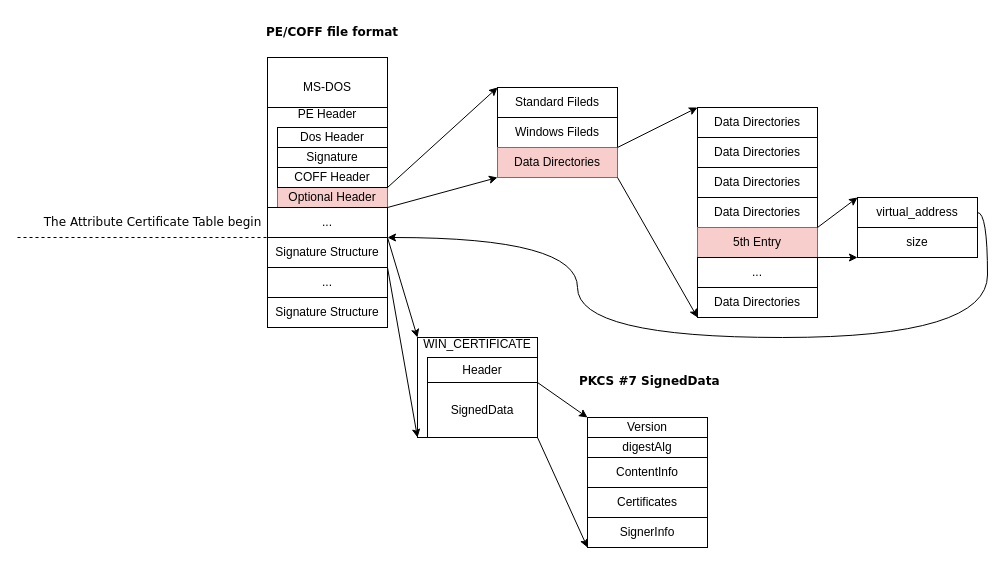
Earlier version of the draw.io diagram signatrust.drawio (pkking/mydrawio). Source tidied: cells renumbered, new cells numbered last; positions are measured from the earlier drawing's top-left corner, leaving out a move shared by most shapes. Both pictures are drawn from the tidied source at 100%, with x=0, y=0 at pixel (17, 17).
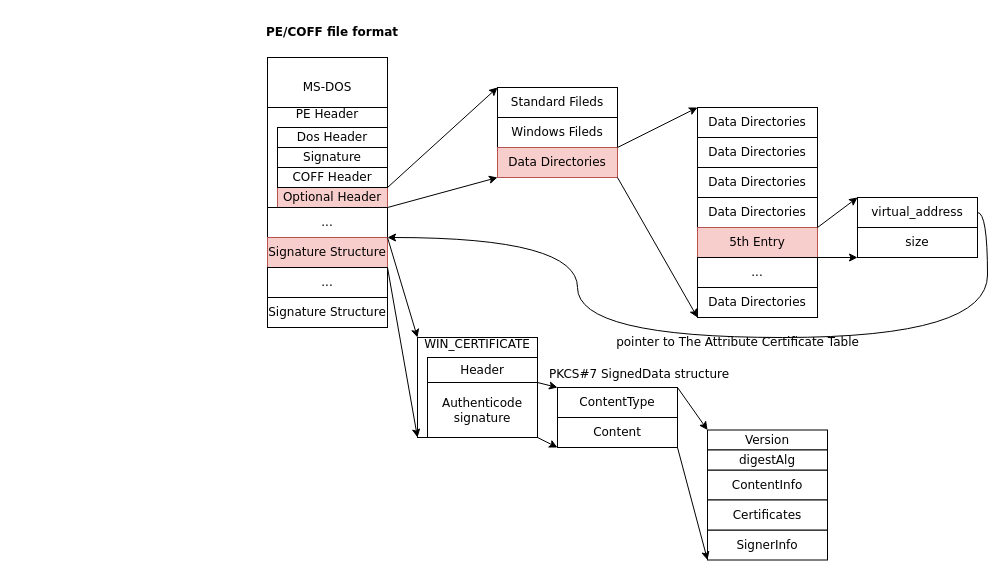
The same diagram, later.

Change to the diagram source:
```diff
@@
+    <mxCell id="47" value="ContentType" style="rounded=0;whiteSpace=wrap;html=1;fontFamily=Verdana;" parent="1" vertex="1">
+      <mxGeometry x="540" y="370" width="120" height="30" as="geometry" />
+    </mxCell>
-    <mxCell id="2" value="&lt;font face=&quot;Verdana&quot;&gt;&lt;b&gt;PE/COFF file format&lt;/b&gt;&lt;/font&gt;" style="text;html=1;strokeColor=none;fillColor=none;align=center;verticalAlign=middle;whiteSpace=wrap;rounded=0;" parent="1" vertex="1">
+    <mxCell id="2" value="&lt;font&gt;&lt;b&gt;PE/COFF file format&lt;/b&gt;&lt;/font&gt;" style="text;html=1;strokeColor=none;fillColor=none;align=center;verticalAlign=middle;whiteSpace=wrap;rounded=0;fontFamily=Verdana;" parent="1" vertex="1">
       <mxGeometry x="215" width="200" height="30" as="geometry" />
     </mxCell>
-    <mxCell id="3" value="MS-DOS" style="rounded=0;whiteSpace=wrap;html=1;" parent="1" vertex="1">
+    <mxCell id="3" value="MS-DOS" style="rounded=0;whiteSpace=wrap;html=1;fontFamily=Verdana;" parent="1" vertex="1">
       <mxGeometry x="250" y="40" width="120" height="60" as="geometry" />
     </mxCell>
-    <mxCell id="4" value="&lt;div&gt;PE Header&lt;/div&gt;&lt;div&gt;&lt;br&gt;&lt;/div&gt;&lt;div&gt;&lt;br&gt;&lt;/div&gt;&lt;div&gt;&lt;br&gt;&lt;/div&gt;&lt;div&gt;&lt;br&gt;&lt;/div&gt;&lt;div&gt;&lt;br&gt;&lt;/div&gt;&lt;div&gt;&lt;br&gt;&lt;/div&gt;" style="rounded=0;whiteSpace=wrap;html=1;" parent="1" vertex="1">
+    <mxCell id="4" value="&lt;div&gt;PE Header&lt;/div&gt;&lt;div&gt;&lt;br&gt;&lt;/div&gt;&lt;div&gt;&lt;br&gt;&lt;/div&gt;&lt;div&gt;&lt;br&gt;&lt;/div&gt;&lt;div&gt;&lt;br&gt;&lt;/div&gt;&lt;div&gt;&lt;br&gt;&lt;/div&gt;&lt;div&gt;&lt;br&gt;&lt;/div&gt;" style="rounded=0;whiteSpace=wrap;html=1;fontFamily=Verdana;" parent="1" vertex="1">
       <mxGeometry x="250" y="90" width="120" height="100" as="geometry" />
     </mxCell>
-    <mxCell id="5" value="Optional Header" style="rounded=0;whiteSpace=wrap;html=1;fillColor=#f8cecc;strokeColor=#b85450;" parent="1" vertex="1">
+    <mxCell id="5" value="Optional Header" style="rounded=0;whiteSpace=wrap;html=1;fillColor=#f8cecc;strokeColor=#b85450;fontFamily=Verdana;" parent="1" vertex="1">
       <mxGeometry x="260" y="170" width="110" height="20" as="geometry" />
     </mxCell>
-    <mxCell id="6" value="Standard Fileds" style="rounded=0;whiteSpace=wrap;html=1;" parent="1" vertex="1">
+    <mxCell id="6" value="Standard Fileds" style="rounded=0;whiteSpace=wrap;html=1;fontFamily=Verdana;" parent="1" vertex="1">
       <mxGeometry x="480" y="70" width="120" height="30" as="geometry" />
     </mxCell>
-    <mxCell id="7" style="endArrow=classic;html=1;rounded=0;entryX=0;entryY=0;entryDx=0;entryDy=0;exitX=1;exitY=1;exitDx=0;exitDy=0;" parent="1" edge="1" source="10" target="6">
+    <mxCell id="7" style="endArrow=classic;html=1;rounded=0;entryX=0;entryY=0;entryDx=0;entryDy=0;exitX=1;exitY=1;exitDx=0;exitDy=0;fontFamily=Verdana;" parent="1" edge="1" source="10" target="6">
       <mxGeometry relative="1" as="geometry" />
     </mxCell>
-    <mxCell id="8" value="Windows Fileds" style="rounded=0;whiteSpace=wrap;html=1;" parent="1" vertex="1">
+    <mxCell id="8" value="Windows Fileds" style="rounded=0;whiteSpace=wrap;html=1;fontFamily=Verdana;" parent="1" vertex="1">
       <mxGeometry x="480" y="100" width="120" height="30" as="geometry" />
     </mxCell>
-    <mxCell id="9" value="Data Directories" style="rounded=0;whiteSpace=wrap;html=1;fillColor=#f8cecc;strokeColor=#b85450;" parent="1" vertex="1">
+    <mxCell id="9" value="Data Directories" style="rounded=0;whiteSpace=wrap;html=1;fillColor=#f8cecc;strokeColor=#b85450;fontFamily=Verdana;" parent="1" vertex="1">
       <mxGeometry x="480" y="130" width="120" height="30" as="geometry" />
     </mxCell>
-    <mxCell id="10" value="COFF Header" style="rounded=0;whiteSpace=wrap;html=1;" parent="1" vertex="1">
+    <mxCell id="10" value="COFF Header" style="rounded=0;whiteSpace=wrap;html=1;fontFamily=Verdana;" parent="1" vertex="1">
       <mxGeometry x="260" y="150" width="110" height="20" as="geometry" />
     </mxCell>
-    <mxCell id="11" value="Signature" style="rounded=0;whiteSpace=wrap;html=1;" parent="1" vertex="1">
+    <mxCell id="11" value="Signature" style="rounded=0;whiteSpace=wrap;html=1;fontFamily=Verdana;" parent="1" vertex="1">
       <mxGeometry x="260" y="130" width="110" height="20" as="geometry" />
     </mxCell>
-    <mxCell id="12" value="Dos Header" style="rounded=0;whiteSpace=wrap;html=1;" parent="1" vertex="1">
+    <mxCell id="12" value="Dos Header" style="rounded=0;whiteSpace=wrap;html=1;fontFamily=Verdana;" parent="1" vertex="1">
       <mxGeometry x="260" y="110" width="110" height="20" as="geometry" />
     </mxCell>
-    <mxCell id="13" style="endArrow=classic;html=1;rounded=0;entryX=0;entryY=1;entryDx=0;entryDy=0;" parent="1" edge="1" target="9">
+    <mxCell id="13" style="endArrow=classic;html=1;rounded=0;entryX=0;entryY=1;entryDx=0;entryDy=0;fontFamily=Verdana;" parent="1" edge="1" target="9">
       <mxGeometry relative="1" as="geometry">
         <mxPoint x="370" y="190" as="sourcePoint" />
       </mxGeometry>
     </mxCell>
-    <mxCell id="14" style="endArrow=classic;html=1;rounded=0;" parent="1" edge="1">
+    <mxCell id="14" style="endArrow=classic;html=1;rounded=0;fontFamily=Verdana;" parent="1" edge="1">
       <mxGeometry relative="1" as="geometry">
         <mxPoint x="600" y="130" as="sourcePoint" />
         <mxPoint x="680" y="90" as="targetPoint" />
       </mxGeometry>
     </mxCell>
-    <mxCell id="15" value="Data Directories" style="rounded=0;whiteSpace=wrap;html=1;" parent="1" vertex="1">
+    <mxCell id="15" value="Data Directories" style="rounded=0;whiteSpace=wrap;html=1;fontFamily=Verdana;" parent="1" vertex="1">
       <mxGeometry x="680" y="90" width="120" height="30" as="geometry" />
     </mxCell>
-    <mxCell id="16" value="Data Directories" style="rounded=0;whiteSpace=wrap;html=1;" parent="1" vertex="1">
+    <mxCell id="16" value="Data Directories" style="rounded=0;whiteSpace=wrap;html=1;fontFamily=Verdana;" parent="1" vertex="1">
       <mxGeometry x="680" y="120" width="120" height="30" as="geometry" />
     </mxCell>
-    <mxCell id="17" value="Data Directories" style="rounded=0;whiteSpace=wrap;html=1;" parent="1" vertex="1">
+    <mxCell id="17" value="Data Directories" style="rounded=0;whiteSpace=wrap;html=1;fontFamily=Verdana;" parent="1" vertex="1">
       <mxGeometry x="680" y="150" width="120" height="30" as="geometry" />
     </mxCell>
-    <mxCell id="18" value="Data Directories" style="rounded=0;whiteSpace=wrap;html=1;" parent="1" vertex="1">
+    <mxCell id="18" value="Data Directories" style="rounded=0;whiteSpace=wrap;html=1;fontFamily=Verdana;" parent="1" vertex="1">
       <mxGeometry x="680" y="180" width="120" height="30" as="geometry" />
     </mxCell>
-    <mxCell id="19" value="5th Entry" style="rounded=0;whiteSpace=wrap;html=1;fillColor=#f8cecc;strokeColor=#b85450;" parent="1" vertex="1">
+    <mxCell id="19" value="5th Entry" style="rounded=0;whiteSpace=wrap;html=1;fillColor=#f8cecc;strokeColor=#b85450;fontFamily=Verdana;" parent="1" vertex="1">
       <mxGeometry x="680" y="210" width="120" height="30" as="geometry" />
     </mxCell>
-    <mxCell id="20" value="..." style="rounded=0;whiteSpace=wrap;html=1;" parent="1" vertex="1">
+    <mxCell id="20" value="..." style="rounded=0;whiteSpace=wrap;html=1;fontFamily=Verdana;" parent="1" vertex="1">
       <mxGeometry x="680" y="240" width="120" height="30" as="geometry" />
     </mxCell>
-    <mxCell id="21" value="Data Directories" style="rounded=0;whiteSpace=wrap;html=1;" parent="1" vertex="1">
+    <mxCell id="21" value="Data Directories" style="rounded=0;whiteSpace=wrap;html=1;fontFamily=Verdana;" parent="1" vertex="1">
       <mxGeometry x="680" y="270" width="120" height="30" as="geometry" />
     </mxCell>
-    <mxCell id="22" style="endArrow=classic;html=1;rounded=0;entryX=0;entryY=1;entryDx=0;entryDy=0;" parent="1" edge="1" target="21">
+    <mxCell id="22" style="endArrow=classic;html=1;rounded=0;entryX=0;entryY=1;entryDx=0;entryDy=0;fontFamily=Verdana;" parent="1" edge="1" target="21">
       <mxGeometry relative="1" as="geometry">
         <mxPoint x="600" y="160" as="sourcePoint" />
       </mxGeometry>
     </mxCell>
-    <mxCell id="23" style="edgeStyle=orthogonalEdgeStyle;rounded=0;jettySize=auto;html=1;entryX=1;entryY=0;entryDx=0;entryDy=0;curved=1;exitX=1;exitY=0.5;exitDx=0;exitDy=0;" parent="1" edge="1" source="24" target="29">
+    <mxCell id="23" style="edgeStyle=orthogonalEdgeStyle;rounded=0;jettySize=auto;html=1;entryX=1;entryY=0;entryDx=0;entryDy=0;curved=1;exitX=1;exitY=0.5;exitDx=0;exitDy=0;fontFamily=Verdana;" parent="1" edge="1" source="24" target="29">
       <mxGeometry relative="1" as="geometry">
         <Array as="points">
           <mxPoint x="970" y="195" />
           <mxPoint x="970" y="320" />
           <mxPoint x="560" y="320" />
           <mxPoint x="560" y="220" />
         </Array>
       </mxGeometry>
     </mxCell>
-    <mxCell id="24" value="virtual_address" style="rounded=0;whiteSpace=wrap;html=1;" parent="1" vertex="1">
+    <mxCell id="24" value="virtual_address" style="rounded=0;whiteSpace=wrap;html=1;fontFamily=Verdana;" parent="1" vertex="1">
       <mxGeometry x="840" y="180" width="120" height="30" as="geometry" />
     </mxCell>
-    <mxCell id="25" value="size" style="rounded=0;whiteSpace=wrap;html=1;" parent="1" vertex="1">
+    <mxCell id="25" value="size" style="rounded=0;whiteSpace=wrap;html=1;fontFamily=Verdana;" parent="1" vertex="1">
       <mxGeometry x="840" y="210" width="120" height="30" as="geometry" />
     </mxCell>
-    <mxCell id="26" style="endArrow=classic;html=1;rounded=0;entryX=0;entryY=0;entryDx=0;entryDy=0;" parent="1" edge="1" target="24">
+    <mxCell id="26" style="endArrow=classic;html=1;rounded=0;entryX=0;entryY=0;entryDx=0;entryDy=0;fontFamily=Verdana;" parent="1" edge="1" target="24">
       <mxGeometry relative="1" as="geometry">
         <mxPoint x="800" y="210" as="sourcePoint" />
       </mxGeometry>
     </mxCell>
-    <mxCell id="27" style="endArrow=classic;html=1;rounded=0;exitX=1;exitY=0;exitDx=0;exitDy=0;entryX=0;entryY=1;entryDx=0;entryDy=0;" parent="1" edge="1" source="20" target="25">
+    <mxCell id="27" style="endArrow=classic;html=1;rounded=0;exitX=1;exitY=0;exitDx=0;exitDy=0;entryX=0;entryY=1;entryDx=0;entryDy=0;fontFamily=Verdana;" parent="1" edge="1" source="20" target="25">
       <mxGeometry relative="1" as="geometry" />
     </mxCell>
-    <mxCell id="28" value="..." style="rounded=0;whiteSpace=wrap;html=1;" parent="1" vertex="1">
+    <mxCell id="28" value="..." style="rounded=0;whiteSpace=wrap;html=1;fontFamily=Verdana;" parent="1" vertex="1">
       <mxGeometry x="250" y="190" width="120" height="30" as="geometry" />
     </mxCell>
-    <mxCell id="29" value="Signature Structure" style="rounded=0;whiteSpace=wrap;html=1;" parent="1" vertex="1">
+    <mxCell id="29" value="Signature Structure" style="rounded=0;whiteSpace=wrap;html=1;fillColor=#f8cecc;strokeColor=#b85450;fontFamily=Verdana;" parent="1" vertex="1">
       <mxGeometry x="250" y="220" width="120" height="30" as="geometry" />
     </mxCell>
-    <mxCell id="30" value="&lt;div&gt;WIN_CERTIFICATE&lt;/div&gt;&lt;div&gt;&lt;br&gt;&lt;/div&gt;&lt;div&gt;&lt;br&gt;&lt;/div&gt;&lt;div&gt;&lt;br&gt;&lt;/div&gt;&lt;div&gt;&lt;br&gt;&lt;/div&gt;&lt;div&gt;&lt;br&gt;&lt;/div&gt;&lt;div&gt;&lt;br&gt;&lt;/div&gt;" style="rounded=0;whiteSpace=wrap;html=1;" parent="1" vertex="1">
+    <mxCell id="30" value="&lt;div&gt;WIN_CERTIFICATE&lt;/div&gt;&lt;div&gt;&lt;br&gt;&lt;/div&gt;&lt;div&gt;&lt;br&gt;&lt;/div&gt;&lt;div&gt;&lt;br&gt;&lt;/div&gt;&lt;div&gt;&lt;br&gt;&lt;/div&gt;&lt;div&gt;&lt;br&gt;&lt;/div&gt;&lt;div&gt;&lt;br&gt;&lt;/div&gt;" style="rounded=0;whiteSpace=wrap;html=1;fontFamily=Verdana;" parent="1" vertex="1">
       <mxGeometry x="400" y="320" width="120" height="100" as="geometry" />
     </mxCell>
-    <mxCell id="31" value="SignedData" style="rounded=0;whiteSpace=wrap;html=1;" parent="1" vertex="1">
+    <mxCell id="31" value=" Authenticode signature" style="rounded=0;whiteSpace=wrap;html=1;fontFamily=Verdana;" parent="1" vertex="1">
       <mxGeometry x="410" y="365" width="110" height="55" as="geometry" />
     </mxCell>
-    <mxCell id="32" style="endArrow=classic;html=1;rounded=0;entryX=0;entryY=0;entryDx=0;entryDy=0;" parent="1" edge="1" target="30">
+    <mxCell id="32" style="endArrow=classic;html=1;rounded=0;entryX=0;entryY=0;entryDx=0;entryDy=0;fontFamily=Verdana;" parent="1" edge="1" target="30">
       <mxGeometry relative="1" as="geometry">
         <mxPoint x="370" y="220" as="sourcePoint" />
       </mxGeometry>
     </mxCell>
-    <mxCell id="33" style="endArrow=classic;html=1;rounded=0;entryX=0;entryY=1;entryDx=0;entryDy=0;" parent="1" edge="1" target="30">
+    <mxCell id="33" style="endArrow=classic;html=1;rounded=0;entryX=0;entryY=1;entryDx=0;entryDy=0;fontFamily=Verdana;" parent="1" edge="1" target="30">
       <mxGeometry relative="1" as="geometry">
         <mxPoint x="370" y="250" as="sourcePoint" />
       </mxGeometry>
     </mxCell>
-    <mxCell id="34" value="Version" style="rounded=0;whiteSpace=wrap;html=1;" parent="1" vertex="1">
-      <mxGeometry x="570" y="400" width="120" height="20" as="geometry" />
+    <mxCell id="34" value="Version" style="rounded=0;whiteSpace=wrap;html=1;fontFamily=Verdana;" parent="1" vertex="1">
+      <mxGeometry x="690" y="412.5" width="120" height="20" as="geometry" />
     </mxCell>
-    <mxCell id="35" style="endArrow=classic;html=1;rounded=0;entryX=0;entryY=0;entryDx=0;entryDy=0;" parent="1" edge="1" target="34">
-      <mxGeometry relative="1" as="geometry">
-        <mxPoint x="520" y="365" as="sourcePoint" />
-      </mxGeometry>
-    </mxCell>
-    <mxCell id="36" value="ContentInfo" style="rounded=0;whiteSpace=wrap;html=1;" parent="1" vertex="1">
-      <mxGeometry x="570" y="440" width="120" height="30" as="geometry" />
+    <mxCell id="36" value="ContentInfo" style="rounded=0;whiteSpace=wrap;html=1;fontFamily=Verdana;" parent="1" vertex="1">
+      <mxGeometry x="690" y="452.5" width="120" height="30" as="geometry" />
     </mxCell>
-    <mxCell id="37" value="&lt;div&gt;&lt;b&gt;&lt;font face=&quot;Verdana&quot;&gt;PKCS #7 SignedData&lt;/font&gt;&lt;/b&gt;&lt;/div&gt;&lt;div&gt;&lt;b&gt;&lt;font face=&quot;Verdana&quot;&gt;&lt;br&gt;&lt;/font&gt;&lt;/b&gt;&lt;/div&gt;&lt;div&gt;&lt;b&gt;&lt;font face=&quot;Verdana&quot;&gt;&lt;br&gt;&lt;/font&gt;&lt;/b&gt;&lt;/div&gt;&lt;div&gt;&lt;b&gt;&lt;font face=&quot;Verdana&quot;&gt;&lt;br&gt;&lt;/font&gt;&lt;/b&gt;&lt;/div&gt;&lt;div&gt;&lt;b&gt;&lt;font face=&quot;Verdana&quot;&gt;&lt;br&gt;&lt;/font&gt;&lt;/b&gt;&lt;/div&gt;&lt;div&gt;&lt;b&gt;&lt;font face=&quot;Verdana&quot;&gt;&lt;br&gt;&lt;/font&gt;&lt;/b&gt;&lt;/div&gt;&lt;div&gt;&lt;b&gt;&lt;font face=&quot;Verdana&quot;&gt;&lt;br&gt;&lt;/font&gt;&lt;/b&gt;&lt;/div&gt;&lt;div&gt;&lt;b&gt;&lt;font face=&quot;Verdana&quot;&gt;&lt;br&gt;&lt;/font&gt;&lt;/b&gt;&lt;/div&gt;&lt;div&gt;&lt;b&gt;&lt;font face=&quot;Verdana&quot;&gt;&lt;br&gt;&lt;/font&gt;&lt;/b&gt;&lt;/div&gt;" style="text;whiteSpace=wrap;html=1;" parent="1" vertex="1">
-      <mxGeometry x="560" y="350" width="170" height="30" as="geometry" />
+    <mxCell id="37" value="&lt;div&gt; PKCS#7 SignedData structure&lt;font&gt;&lt;b&gt;&lt;/b&gt;&lt;/font&gt;&lt;/div&gt;&lt;div&gt;&lt;b&gt;&lt;font&gt;&lt;br&gt;&lt;/font&gt;&lt;/b&gt;&lt;/div&gt;&lt;div&gt;&lt;b&gt;&lt;font&gt;&lt;br&gt;&lt;/font&gt;&lt;/b&gt;&lt;/div&gt;&lt;div&gt;&lt;b&gt;&lt;font&gt;&lt;br&gt;&lt;/font&gt;&lt;/b&gt;&lt;/div&gt;&lt;div&gt;&lt;b&gt;&lt;font&gt;&lt;br&gt;&lt;/font&gt;&lt;/b&gt;&lt;/div&gt;&lt;div&gt;&lt;b&gt;&lt;font&gt;&lt;br&gt;&lt;/font&gt;&lt;/b&gt;&lt;/div&gt;&lt;div&gt;&lt;b&gt;&lt;font&gt;&lt;br&gt;&lt;/font&gt;&lt;/b&gt;&lt;/div&gt;&lt;div&gt;&lt;b&gt;&lt;font&gt;&lt;br&gt;&lt;/font&gt;&lt;/b&gt;&lt;/div&gt;&lt;div&gt;&lt;b&gt;&lt;font&gt;&lt;br&gt;&lt;/font&gt;&lt;/b&gt;&lt;/div&gt;" style="text;whiteSpace=wrap;html=1;fontFamily=Verdana;" parent="1" vertex="1">
+      <mxGeometry x="530" y="342.5" width="210" height="20" as="geometry" />
     </mxCell>
-    <mxCell id="38" value="Header" style="rounded=0;whiteSpace=wrap;html=1;" parent="1" vertex="1">
+    <mxCell id="38" value="Header" style="rounded=0;whiteSpace=wrap;html=1;fontFamily=Verdana;" parent="1" vertex="1">
       <mxGeometry x="410" y="340" width="110" height="25" as="geometry" />
     </mxCell>
-    <mxCell id="39" value="SignerInfo" style="rounded=0;whiteSpace=wrap;html=1;" parent="1" vertex="1">
-      <mxGeometry x="570" y="500" width="120" height="30" as="geometry" />
+    <mxCell id="39" value="SignerInfo" style="rounded=0;whiteSpace=wrap;html=1;fontFamily=Verdana;" parent="1" vertex="1">
+      <mxGeometry x="690" y="512.5" width="120" height="30" as="geometry" />
     </mxCell>
-    <mxCell id="40" style="endArrow=classic;html=1;rounded=0;entryX=0;entryY=1;entryDx=0;entryDy=0;" parent="1" edge="1" target="39">
-      <mxGeometry relative="1" as="geometry">
-        <mxPoint x="520" y="420" as="sourcePoint" />
-      </mxGeometry>
-    </mxCell>
-    <mxCell id="41" value="digestAlg" style="rounded=0;whiteSpace=wrap;html=1;" parent="1" vertex="1">
-      <mxGeometry x="570" y="420" width="120" height="20" as="geometry" />
+    <mxCell id="41" value="digestAlg" style="rounded=0;whiteSpace=wrap;html=1;fontFamily=Verdana;" parent="1" vertex="1">
+      <mxGeometry x="690" y="432.5" width="120" height="20" as="geometry" />
     </mxCell>
-    <mxCell id="42" value="Certificates" style="rounded=0;whiteSpace=wrap;html=1;" parent="1" vertex="1">
-      <mxGeometry x="570" y="470" width="120" height="30" as="geometry" />
+    <mxCell id="42" value="Certificates" style="rounded=0;whiteSpace=wrap;html=1;fontFamily=Verdana;" parent="1" vertex="1">
+      <mxGeometry x="690" y="482.5" width="120" height="30" as="geometry" />
     </mxCell>
-    <mxCell id="43" value="..." style="rounded=0;whiteSpace=wrap;html=1;" parent="1" vertex="1">
+    <mxCell id="43" value="..." style="rounded=0;whiteSpace=wrap;html=1;fontFamily=Verdana;" parent="1" vertex="1">
       <mxGeometry x="250" y="250" width="120" height="30" as="geometry" />
     </mxCell>
-    <mxCell id="44" value="Signature Structure" style="rounded=0;whiteSpace=wrap;html=1;" parent="1" vertex="1">
+    <mxCell id="44" value="Signature Structure" style="rounded=0;whiteSpace=wrap;html=1;fontFamily=Verdana;" parent="1" vertex="1">
       <mxGeometry x="250" y="280" width="120" height="30" as="geometry" />
     </mxCell>
-    <mxCell id="45" style="endArrow=none;dashed=1;html=1;rounded=0;" parent="1" edge="1">
-      <mxGeometry relative="1" as="geometry">
-        <mxPoint y="220" as="sourcePoint" />
-        <mxPoint x="260" y="220" as="targetPoint" />
-      </mxGeometry>
-    </mxCell>
-    <mxCell id="46" value="&lt;p class=&quot;heading-anchor&quot; id=&quot;the-attribute-certificate-table-image-only&quot;&gt;&lt;font face=&quot;Verdana&quot;&gt;The Attribute Certificate Table begin&lt;br&gt;&lt;/font&gt;&lt;/p&gt;" style="text;html=1;align=center;verticalAlign=middle;strokeColor=none;fillColor=none;" parent="1" vertex="1">
-      <mxGeometry x="10" y="180" width="250" height="50" as="geometry" />
+    <mxCell id="46" value="&lt;p class=&quot;heading-anchor&quot; id=&quot;the-attribute-certificate-table-image-only&quot;&gt;&lt;font&gt;pointer to The Attribute Certificate Table&lt;br&gt;&lt;/font&gt;&lt;/p&gt;" style="text;html=1;align=center;verticalAlign=middle;strokeColor=none;fillColor=none;fontFamily=Verdana;" parent="1" vertex="1">
+      <mxGeometry x="580" y="300" width="280" height="50" as="geometry" />
     </mxCell>
+    <mxCell id="48" value="Content" style="rounded=0;whiteSpace=wrap;html=1;fontFamily=Verdana;" parent="1" vertex="1">
+      <mxGeometry x="540" y="400" width="120" height="30" as="geometry" />
+    </mxCell>
+    <mxCell id="49" style="endArrow=classic;html=1;rounded=0;exitX=1;exitY=1;exitDx=0;exitDy=0;entryX=0;entryY=0;entryDx=0;entryDy=0;fontFamily=Verdana;" parent="1" edge="1" source="38" target="47">
+      <mxGeometry relative="1" as="geometry" />
+    </mxCell>
+    <mxCell id="50" style="endArrow=classic;html=1;rounded=0;entryX=0;entryY=1;entryDx=0;entryDy=0;fontFamily=Verdana;" parent="1" edge="1" target="48">
+      <mxGeometry relative="1" as="geometry">
+        <mxPoint x="520" y="420" as="sourcePoint" />
+      </mxGeometry>
+    </mxCell>
+    <mxCell id="51" style="endArrow=classic;html=1;rounded=0;entryX=0;entryY=0;entryDx=0;entryDy=0;fontFamily=Verdana;" parent="1" edge="1" target="34">
+      <mxGeometry relative="1" as="geometry">
+        <mxPoint x="660" y="370" as="sourcePoint" />
+      </mxGeometry>
+    </mxCell>
+    <mxCell id="52" style="endArrow=classic;html=1;rounded=0;entryX=0;entryY=1;entryDx=0;entryDy=0;fontFamily=Verdana;" parent="1" edge="1" target="39">
+      <mxGeometry relative="1" as="geometry">
+        <mxPoint x="660" y="430" as="sourcePoint" />
+      </mxGeometry>
+    </mxCell>
```
